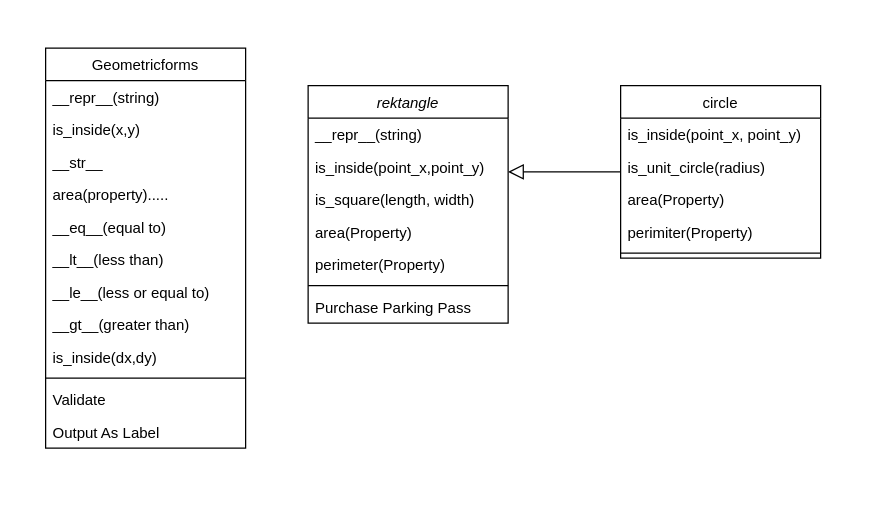
This is Untitled Diagram.drawio from ritmoali/python-RithwanMohamedAli, a draw.io file, before an edit. Source tidied: cells renumbered, new cells numbered last; positions are measured from the earlier drawing's top-left corner, leaving out a move shared by most shapes. Both pictures are drawn from the tidied source at 125%, with x=0, y=0 at pixel (45, 48).
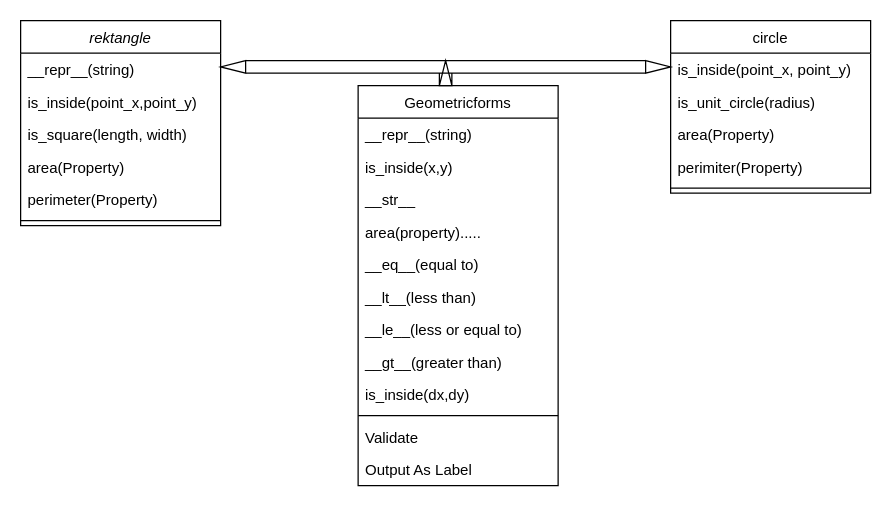
Above is the later version.

What changed in the source:
```diff
@@
     <mxCell id="2" value="rektangle" style="swimlane;fontStyle=2;align=center;verticalAlign=top;horizontal=1;startSize=26;rounded=0;shadow=0;strokeWidth=1;" parent="1" vertex="1">
-      <mxGeometry x="210" y="30" width="160" height="190" as="geometry" />
+      <mxGeometry x="-20" y="-22" width="160" height="164" as="geometry" />
     </mxCell>
@@
-    <mxCell id="9" value="Purchase Parking Pass" style="text;align=left;verticalAlign=top;spacingLeft=4;spacingRight=4;overflow=hidden;" parent="2" vertex="1">
-      <mxGeometry y="164" width="160" height="26" as="geometry" />
-    </mxCell>
     <mxCell id="10" value="circle" style="swimlane;fontStyle=0;align=center;verticalAlign=top;horizontal=1;startSize=26;rounded=0;shadow=0;strokeWidth=1;" parent="1" vertex="1">
-      <mxGeometry x="460" y="30" width="160" height="138" as="geometry" />
+      <mxGeometry x="500" y="-22" width="160" height="138" as="geometry" />
     </mxCell>
@@
-    <mxCell id="16" style="endArrow=block;endSize=10;endFill=0;shadow=0;strokeWidth=1;rounded=0;edgeStyle=elbowEdgeStyle;elbow=vertical;" parent="1" edge="1" source="10" target="2">
-      <mxGeometry relative="1" as="geometry" />
-    </mxCell>
     <mxCell id="17" value="Geometricforms" style="swimlane;fontStyle=0;align=center;verticalAlign=top;horizontal=1;startSize=26;rounded=0;shadow=0;strokeWidth=1;" parent="1" vertex="1">
-      <mxGeometry width="160" height="320" as="geometry" />
+      <mxGeometry x="250" y="30" width="160" height="320" as="geometry" />
     </mxCell>
@@
+    <mxCell id="30" style="html=1;shadow=0;dashed=0;align=center;verticalAlign=middle;shape=mxgraph.arrows2.triadArrow;dy=10;dx=20;arrowHead=40;" parent="1" vertex="1">
+      <mxGeometry x="140" y="10" width="360" height="10" as="geometry" />
+    </mxCell>
```
